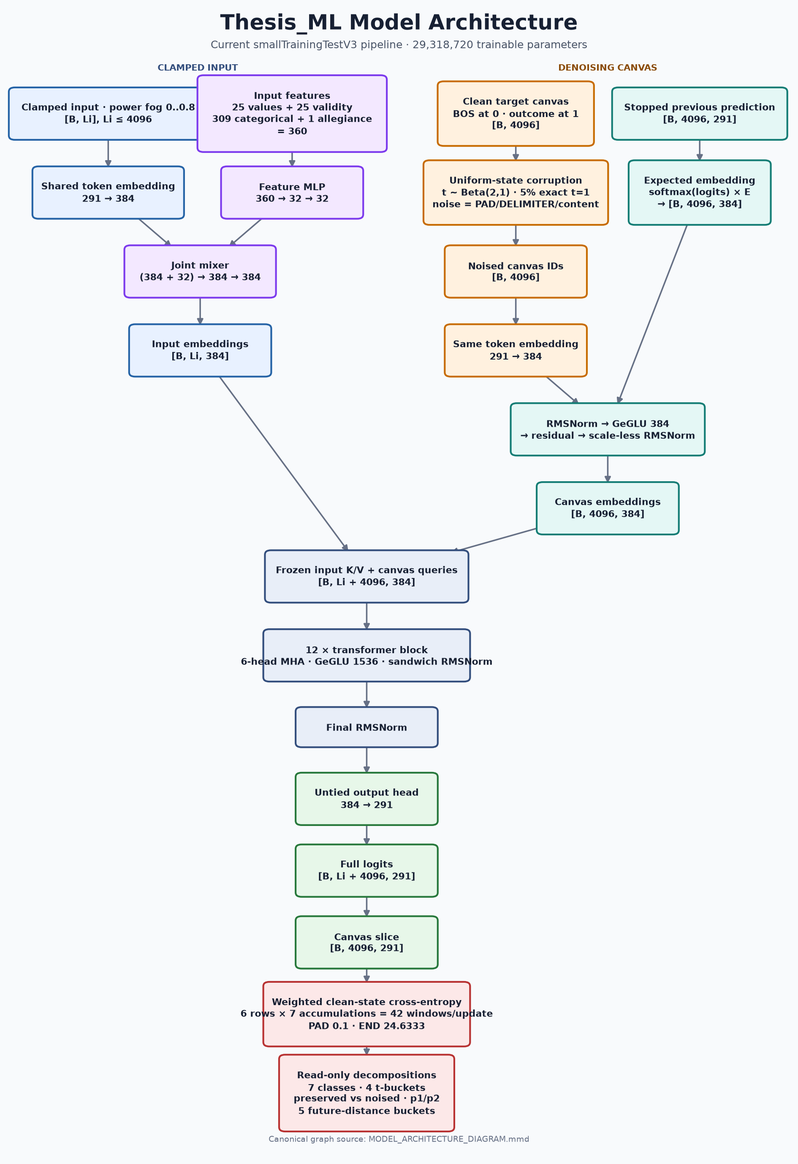
Earlier version of the Mermaid export Model_Architecture/MODEL_ARCHITECTURE_DIAGRAM.png (mataeo-eh/Thesis_ML). Its source is kept beside it as Model_Architecture/MODEL_ARCHITECTURE_DIAGRAM.mmd.
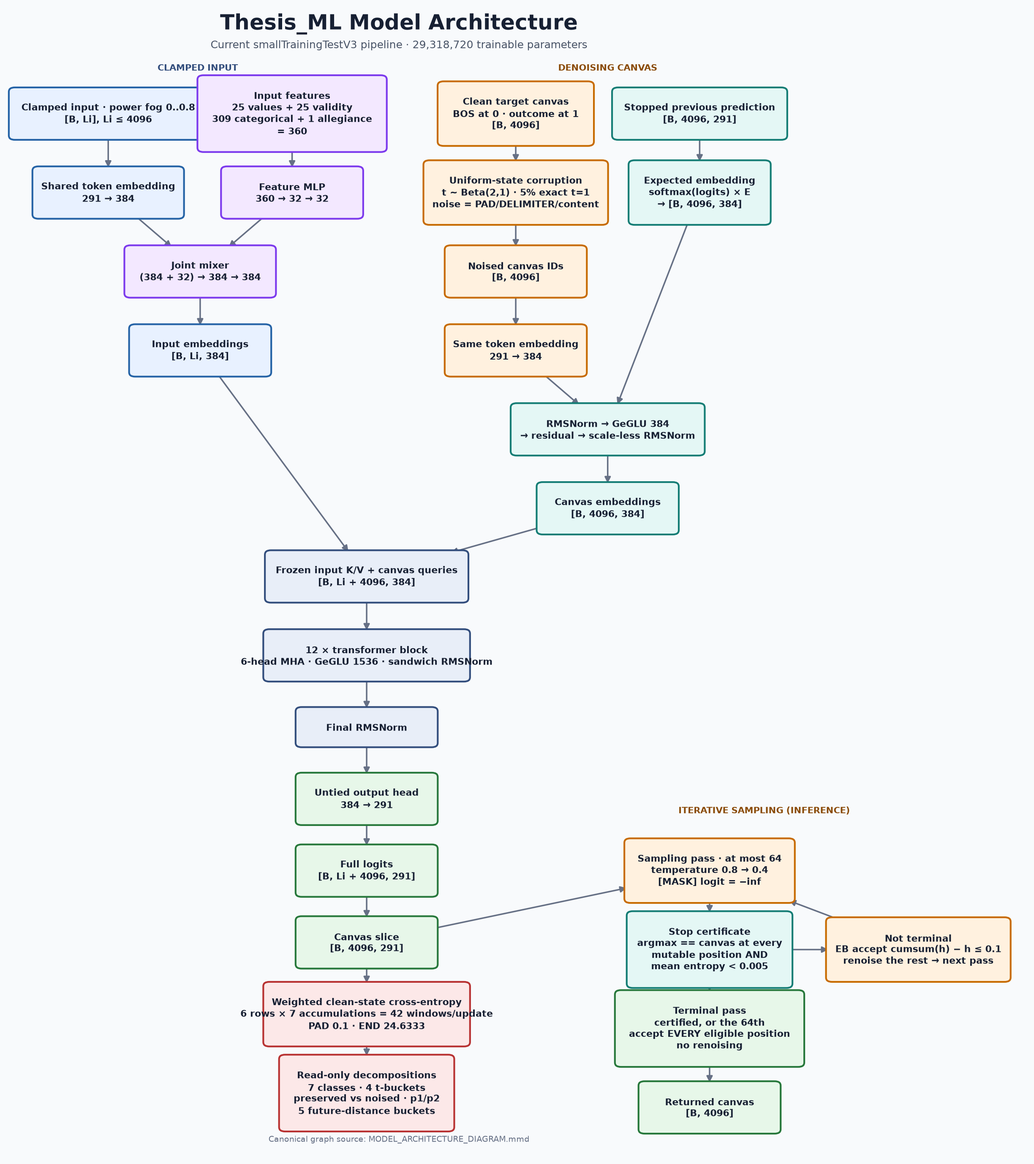
The same diagram one commit later.

What changed in the source:
```diff
@@ -24,3 +24,10 @@
     FULL --> SLICE["Canvas slice<br/>[B, 4096, 291]"]
     SLICE --> LOSS["Weighted clean-state cross-entropy<br/>6 rows × 7 accumulations = 42 windows/update<br/>PAD 0.1 · END 24.6333"]
     LOSS --> DEC["Read-only decompositions<br/>7 classes · 4 t-buckets<br/>preserved vs noised · p1/p2<br/>5 future-distance buckets"]
+
+    SLICE --> SAMP["Sampling pass · at most 64<br/>temperature 0.8 → 0.4<br/>[MASK] logit = −inf"]
+    SAMP --> FIX["Stop certificate<br/>argmax == canvas at every<br/>mutable position AND<br/>mean entropy &lt; 0.005"]
+    FIX --> EBA["Not terminal<br/>EB accept cumsum(h) − h ≤ 0.1<br/>renoise the rest → next pass"]
+    EBA --> SAMP
+    FIX --> TERM["Terminal pass<br/>certified, or the 64th<br/>accept EVERY eligible position<br/>no renoising"]
+    TERM --> RET["Returned canvas<br/>[B, 4096]"]
```
